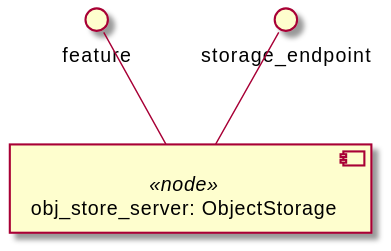
Orange-OpenSource/Cloudnet-TOSCA-toolbox keeps this PlantUML diagram as examples/ariatosca/diagrams/uml2/object-storage-1-1.0-uml2-component-diagram2.svg. Above is the earlier version. Its diagram source:
```plantuml
@startuml
skinparam componentStyle uml2
skinparam component {
  backgroundColor<<relationship>> White
}

component "obj_store_server: ObjectStorage" <<node>> as node_obj_store_server
interface "feature" as node_obj_store_server_feature
node_obj_store_server_feature -- node_obj_store_server
interface "storage_endpoint" as node_obj_store_server_storage_endpoint
node_obj_store_server_storage_endpoint -- node_obj_store_server

@enduml
```
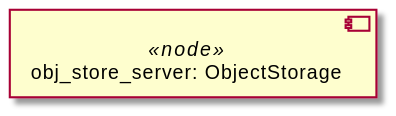
The same file after the commit.

What changed in the source:
```diff
@@ -5,9 +5,5 @@
 }
 
 component "obj_store_server: ObjectStorage" <<node>> as node_obj_store_server
-interface "feature" as node_obj_store_server_feature
-node_obj_store_server_feature -- node_obj_store_server
-interface "storage_endpoint" as node_obj_store_server_storage_endpoint
-node_obj_store_server_storage_endpoint -- node_obj_store_server
 
 @enduml
```
